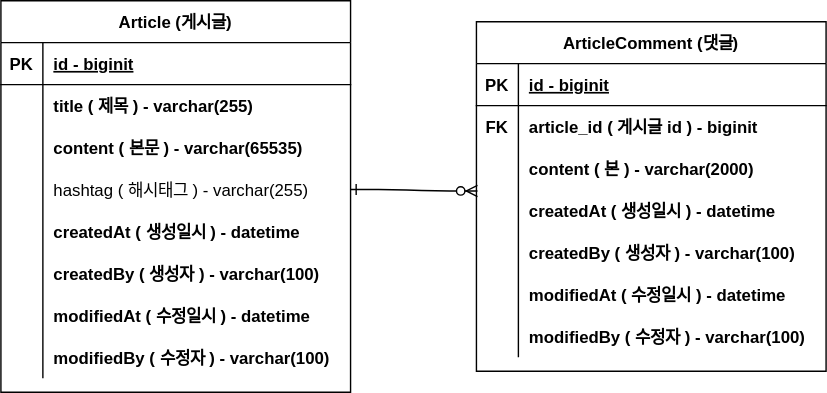
Earlier version of the draw.io export document/project-board-erd.svg (dlsvmfjsrkddml1/board-project). Source tidied: cells renumbered, new cells last; positions are measured from the earlier drawing's top-left corner, leaving out a move shared by most shapes.
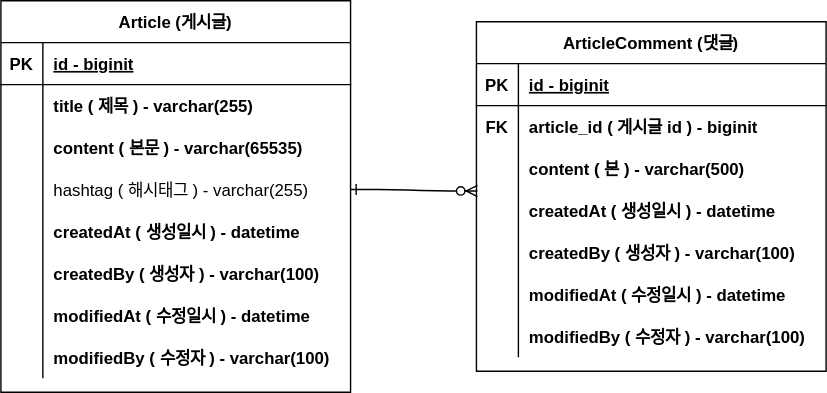
After the commit.

Commit message:
#10 - ERD 업데이트 : Content 사이즈 변경

What changed in the source:
```diff
@@ -107,7 +107,7 @@
     <mxCell id="36" style="shape=partialRectangle;overflow=hidden;fillColor=none;top=0;left=0;bottom=0;right=0;" parent="35" vertex="1">
       <mxGeometry width="30" height="30" as="geometry" />
     </mxCell>
-    <mxCell id="37" value="content ( 본 ) - varchar(2000)" style="shape=partialRectangle;overflow=hidden;fillColor=none;top=0;left=0;bottom=0;right=0;align=left;spacingLeft=6;fontStyle=1;" parent="35" vertex="1">
+    <mxCell id="37" value="content ( 본 ) - varchar(500)" style="shape=partialRectangle;overflow=hidden;fillColor=none;top=0;left=0;bottom=0;right=0;align=left;spacingLeft=6;fontStyle=1;" parent="35" vertex="1">
       <mxGeometry x="30" width="220" height="30" as="geometry" />
     </mxCell>
     <mxCell id="38" style="shape=partialRectangle;fillColor=none;points=[[0,0.5],[1,0.5]];portConstraint=eastwest;top=0;left=0;right=0;bottom=0;" parent="28" vertex="1">
```
